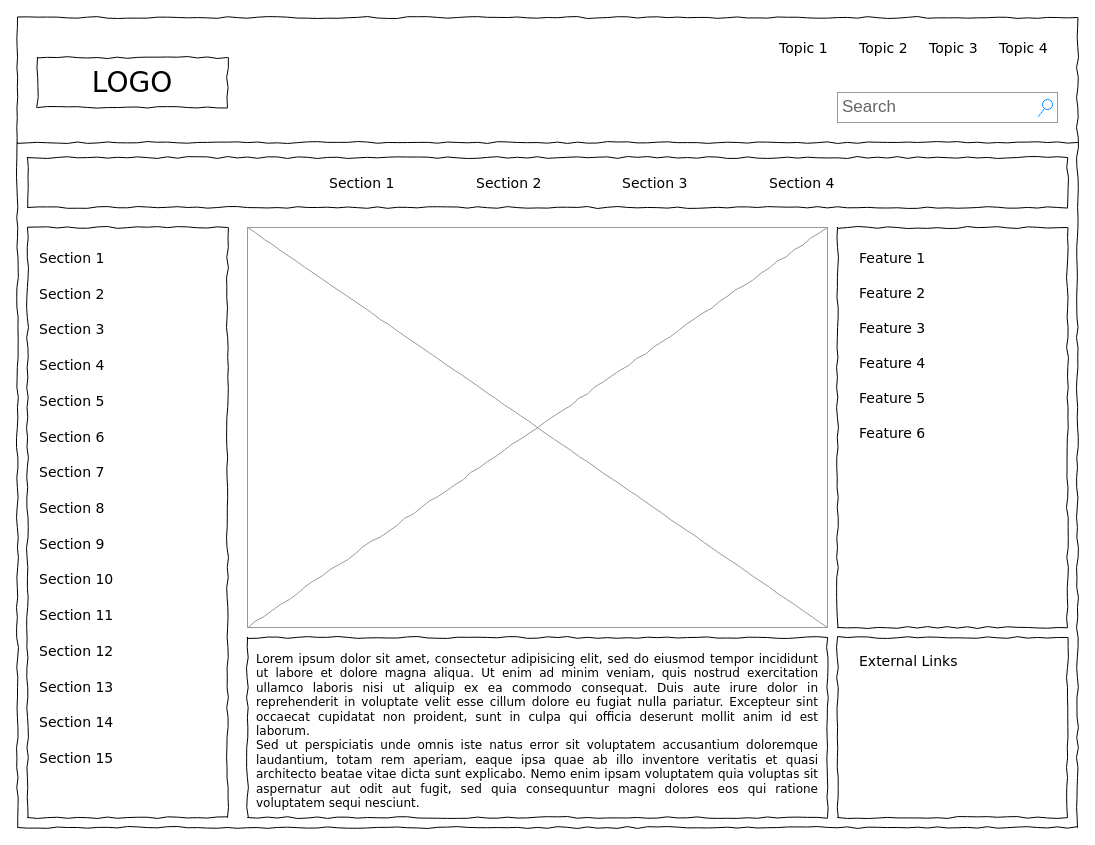
Above: src/Untitled Diagram.drawio in danielmascena/lc-1207-ngapp (draw.io), before the change. Source tidied: cells renumbered, new cells numbered last; positions are measured from the earlier drawing's top-left corner, leaving out a move shared by most shapes. Both pictures are drawn from the tidied source at 100%, with x=0, y=0 at pixel (17, 17).
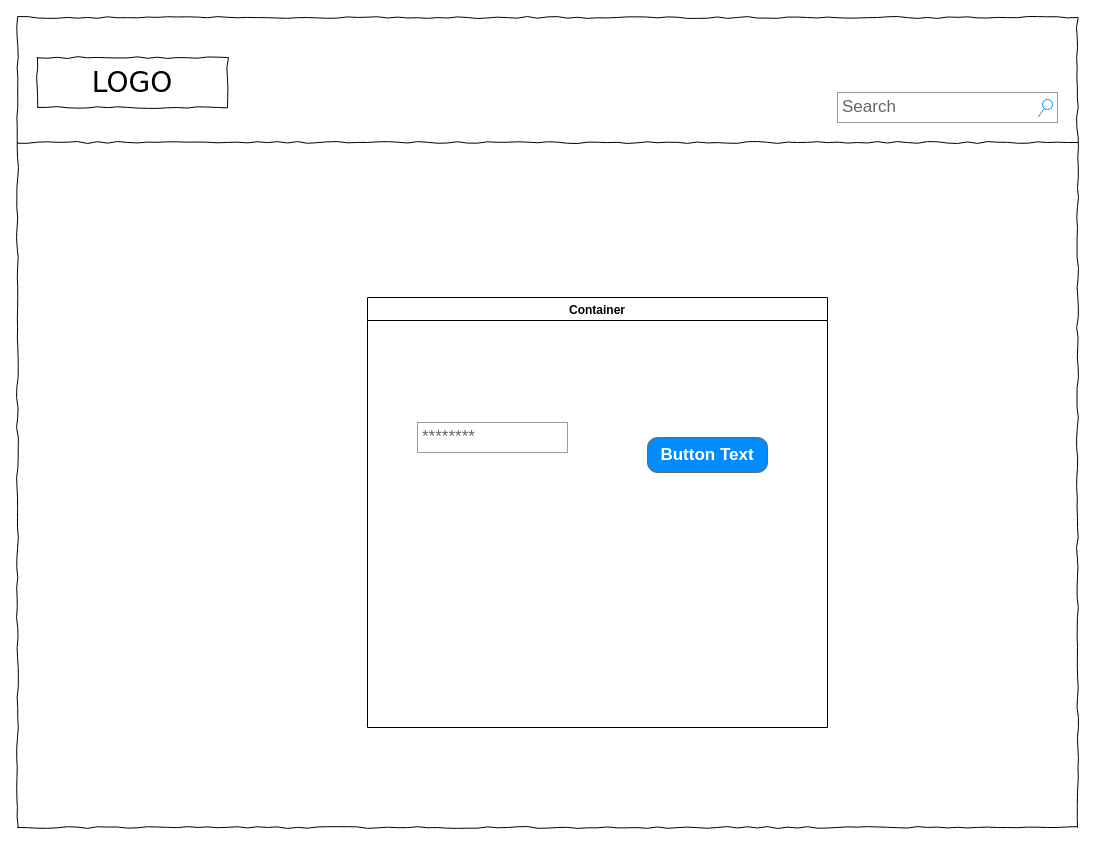
After the change.

The edit, as a diff of the source:
```diff
@@
-    <mxCell id="5" value="Topic 1" style="text;html=1;align=left;verticalAlign=top;spacingTop=-4;fontSize=14;fontFamily=Verdana;" parent="1" vertex="1">
-      <mxGeometry x="760" y="20" width="60" height="20" as="geometry" />
-    </mxCell>
-    <mxCell id="6" value="Topic 2" style="text;html=1;align=left;verticalAlign=top;spacingTop=-4;fontSize=14;fontFamily=Verdana;" parent="1" vertex="1">
-      <mxGeometry x="840" y="20" width="60" height="20" as="geometry" />
-    </mxCell>
-    <mxCell id="7" value="Topic 3" style="text;html=1;align=left;verticalAlign=top;spacingTop=-4;fontSize=14;fontFamily=Verdana;" parent="1" vertex="1">
-      <mxGeometry x="910" y="20" width="60" height="20" as="geometry" />
-    </mxCell>
-    <mxCell id="8" value="Topic 4" style="text;html=1;align=left;verticalAlign=top;spacingTop=-4;fontSize=14;fontFamily=Verdana;" parent="1" vertex="1">
-      <mxGeometry x="980" y="20" width="60" height="20" as="geometry" />
-    </mxCell>
-    <mxCell id="9" style="whiteSpace=wrap;html=1;rounded=0;shadow=0;labelBackgroundColor=none;strokeWidth=1;fillColor=none;fontFamily=Verdana;fontSize=12;align=center;comic=1;" parent="1" vertex="1">
-      <mxGeometry x="10" y="210" width="200" height="590" as="geometry" />
-    </mxCell>
@@
-    <mxCell id="11" style="whiteSpace=wrap;html=1;rounded=0;shadow=0;labelBackgroundColor=none;strokeWidth=1;fillColor=none;fontFamily=Verdana;fontSize=12;align=center;comic=1;" parent="1" vertex="1">
-      <mxGeometry x="10" y="140" width="1040" height="50" as="geometry" />
-    </mxCell>
-    <mxCell id="12" value="Section 1" style="text;html=1;align=left;verticalAlign=top;spacingTop=-4;fontSize=14;fontFamily=Verdana;" parent="1" vertex="1">
-      <mxGeometry x="310" y="155" width="60" height="20" as="geometry" />
-    </mxCell>
-    <mxCell id="13" value="Section 2" style="text;html=1;align=left;verticalAlign=top;spacingTop=-4;fontSize=14;fontFamily=Verdana;" parent="1" vertex="1">
-      <mxGeometry x="457" y="155" width="60" height="20" as="geometry" />
-    </mxCell>
-    <mxCell id="14" value="Section 3" style="text;html=1;align=left;verticalAlign=top;spacingTop=-4;fontSize=14;fontFamily=Verdana;" parent="1" vertex="1">
-      <mxGeometry x="603" y="155" width="60" height="20" as="geometry" />
-    </mxCell>
-    <mxCell id="15" value="Section 4" style="text;html=1;align=left;verticalAlign=top;spacingTop=-4;fontSize=14;fontFamily=Verdana;" parent="1" vertex="1">
-      <mxGeometry x="750" y="155" width="60" height="20" as="geometry" />
-    </mxCell>
-    <mxCell id="16" value="&lt;div style=&quot;text-align: justify&quot;&gt;&lt;span&gt;Lorem ipsum dolor sit amet, consectetur adipisicing elit, sed do eiusmod tempor incididunt ut labore et dolore magna aliqua. Ut enim ad minim veniam, quis nostrud exercitation ullamco laboris nisi ut aliquip ex ea commodo consequat. Duis aute irure dolor in reprehenderit in voluptate velit esse cillum dolore eu fugiat nulla pariatur. Excepteur sint occaecat cupidatat non proident, sunt in culpa qui officia deserunt mollit anim id est laborum.&lt;/span&gt;&lt;/div&gt;&lt;div style=&quot;text-align: justify&quot;&gt;&lt;span&gt;Sed ut perspiciatis unde omnis iste natus error sit voluptatem accusantium doloremque laudantium, totam rem aperiam, eaque ipsa quae ab illo inventore veritatis et quasi architecto beatae vitae dicta sunt explicabo. Nemo enim ipsam voluptatem quia voluptas sit aspernatur aut odit aut fugit, sed quia consequuntur magni dolores eos qui ratione voluptatem sequi nesciunt.&amp;nbsp;&lt;/span&gt;&lt;/div&gt;" style="whiteSpace=wrap;html=1;rounded=0;shadow=0;labelBackgroundColor=none;strokeWidth=1;fillColor=none;fontFamily=Verdana;fontSize=12;align=center;verticalAlign=top;spacing=10;comic=1;" parent="1" vertex="1">
-      <mxGeometry x="230" y="620" width="580" height="180" as="geometry" />
-    </mxCell>
-    <mxCell id="17" style="verticalLabelPosition=bottom;shadow=0;dashed=0;align=center;html=1;verticalAlign=top;strokeWidth=1;shape=mxgraph.mockup.graphics.simpleIcon;strokeColor=#999999;rounded=0;labelBackgroundColor=none;fontFamily=Verdana;fontSize=14;fontColor=#000000;comic=1;" parent="1" vertex="1">
-      <mxGeometry x="230" y="210" width="580" height="400" as="geometry" />
-    </mxCell>
-    <mxCell id="18" style="whiteSpace=wrap;html=1;rounded=0;shadow=0;labelBackgroundColor=none;strokeWidth=1;fillColor=none;fontFamily=Verdana;fontSize=12;align=center;comic=1;" parent="1" vertex="1">
-      <mxGeometry x="820" y="210" width="230" height="400" as="geometry" />
-    </mxCell>
-    <mxCell id="19" style="whiteSpace=wrap;html=1;rounded=0;shadow=0;labelBackgroundColor=none;strokeWidth=1;fillColor=none;fontFamily=Verdana;fontSize=12;align=center;comic=1;" parent="1" vertex="1">
-      <mxGeometry x="820" y="620" width="230" height="180" as="geometry" />
-    </mxCell>
-    <mxCell id="20" value="Section 1" style="text;html=1;align=left;verticalAlign=top;spacingTop=-4;fontSize=14;fontFamily=Verdana;" parent="1" vertex="1">
-      <mxGeometry x="20" y="230" width="170" height="20" as="geometry" />
-    </mxCell>
-    <mxCell id="21" value="Section 2" style="text;html=1;align=left;verticalAlign=top;spacingTop=-4;fontSize=14;fontFamily=Verdana;" parent="1" vertex="1">
-      <mxGeometry x="20" y="266" width="170" height="20" as="geometry" />
-    </mxCell>
-    <mxCell id="22" value="Section 3" style="text;html=1;align=left;verticalAlign=top;spacingTop=-4;fontSize=14;fontFamily=Verdana;" parent="1" vertex="1">
-      <mxGeometry x="20" y="301" width="170" height="20" as="geometry" />
-    </mxCell>
-    <mxCell id="23" value="Section 4" style="text;html=1;align=left;verticalAlign=top;spacingTop=-4;fontSize=14;fontFamily=Verdana;" parent="1" vertex="1">
-      <mxGeometry x="20" y="337" width="170" height="20" as="geometry" />
-    </mxCell>
-    <mxCell id="24" value="Section 7" style="text;html=1;align=left;verticalAlign=top;spacingTop=-4;fontSize=14;fontFamily=Verdana;" parent="1" vertex="1">
-      <mxGeometry x="20" y="444" width="170" height="20" as="geometry" />
-    </mxCell>
-    <mxCell id="25" value="Section 8" style="text;html=1;align=left;verticalAlign=top;spacingTop=-4;fontSize=14;fontFamily=Verdana;" parent="1" vertex="1">
-      <mxGeometry x="20" y="480" width="170" height="20" as="geometry" />
-    </mxCell>
-    <mxCell id="26" value="Section 9" style="text;html=1;align=left;verticalAlign=top;spacingTop=-4;fontSize=14;fontFamily=Verdana;" parent="1" vertex="1">
-      <mxGeometry x="20" y="516" width="170" height="20" as="geometry" />
-    </mxCell>
-    <mxCell id="27" value="Section 10" style="text;html=1;align=left;verticalAlign=top;spacingTop=-4;fontSize=14;fontFamily=Verdana;" parent="1" vertex="1">
-      <mxGeometry x="20" y="551" width="170" height="20" as="geometry" />
-    </mxCell>
-    <mxCell id="28" value="Section 11" style="text;html=1;align=left;verticalAlign=top;spacingTop=-4;fontSize=14;fontFamily=Verdana;" parent="1" vertex="1">
-      <mxGeometry x="20" y="587" width="170" height="20" as="geometry" />
-    </mxCell>
-    <mxCell id="29" value="Section 12" style="text;html=1;align=left;verticalAlign=top;spacingTop=-4;fontSize=14;fontFamily=Verdana;" parent="1" vertex="1">
-      <mxGeometry x="20" y="623" width="170" height="20" as="geometry" />
-    </mxCell>
-    <mxCell id="30" value="Section 13" style="text;html=1;align=left;verticalAlign=top;spacingTop=-4;fontSize=14;fontFamily=Verdana;" parent="1" vertex="1">
-      <mxGeometry x="20" y="659" width="170" height="20" as="geometry" />
-    </mxCell>
-    <mxCell id="31" value="Section 14" style="text;html=1;align=left;verticalAlign=top;spacingTop=-4;fontSize=14;fontFamily=Verdana;" parent="1" vertex="1">
-      <mxGeometry x="20" y="694" width="170" height="20" as="geometry" />
-    </mxCell>
-    <mxCell id="32" value="Section 5" style="text;html=1;align=left;verticalAlign=top;spacingTop=-4;fontSize=14;fontFamily=Verdana;" parent="1" vertex="1">
-      <mxGeometry x="20" y="373" width="170" height="20" as="geometry" />
-    </mxCell>
-    <mxCell id="33" value="Section 6" style="text;html=1;align=left;verticalAlign=top;spacingTop=-4;fontSize=14;fontFamily=Verdana;" parent="1" vertex="1">
-      <mxGeometry x="20" y="409" width="170" height="20" as="geometry" />
-    </mxCell>
-    <mxCell id="34" value="Section 15" style="text;html=1;align=left;verticalAlign=top;spacingTop=-4;fontSize=14;fontFamily=Verdana;" parent="1" vertex="1">
-      <mxGeometry x="20" y="730" width="170" height="20" as="geometry" />
-    </mxCell>
-    <mxCell id="35" value="External Links" style="text;html=1;align=left;verticalAlign=top;spacingTop=-4;fontSize=14;fontFamily=Verdana;" parent="1" vertex="1">
-      <mxGeometry x="840" y="633" width="170" height="20" as="geometry" />
-    </mxCell>
-    <mxCell id="36" value="Feature 1" style="text;html=1;align=left;verticalAlign=top;spacingTop=-4;fontSize=14;fontFamily=Verdana;" parent="1" vertex="1">
-      <mxGeometry x="840" y="230" width="170" height="20" as="geometry" />
-    </mxCell>
-    <mxCell id="37" value="Feature 2" style="text;html=1;align=left;verticalAlign=top;spacingTop=-4;fontSize=14;fontFamily=Verdana;" parent="1" vertex="1">
-      <mxGeometry x="840" y="265" width="170" height="20" as="geometry" />
-    </mxCell>
-    <mxCell id="38" value="Feature 3" style="text;html=1;align=left;verticalAlign=top;spacingTop=-4;fontSize=14;fontFamily=Verdana;" parent="1" vertex="1">
-      <mxGeometry x="840" y="300" width="170" height="20" as="geometry" />
-    </mxCell>
-    <mxCell id="39" value="Feature 4" style="text;html=1;align=left;verticalAlign=top;spacingTop=-4;fontSize=14;fontFamily=Verdana;" parent="1" vertex="1">
-      <mxGeometry x="840" y="335" width="170" height="20" as="geometry" />
-    </mxCell>
-    <mxCell id="40" value="Feature 5" style="text;html=1;align=left;verticalAlign=top;spacingTop=-4;fontSize=14;fontFamily=Verdana;" parent="1" vertex="1">
-      <mxGeometry x="840" y="370" width="170" height="20" as="geometry" />
-    </mxCell>
-    <mxCell id="41" value="Feature 6" style="text;html=1;align=left;verticalAlign=top;spacingTop=-4;fontSize=14;fontFamily=Verdana;" parent="1" vertex="1">
-      <mxGeometry x="840" y="405" width="170" height="20" as="geometry" />
-    </mxCell>
+    <mxCell id="42" value="Container" style="swimlane;" parent="1" vertex="1">
+      <mxGeometry x="350" y="280" width="460" height="430" as="geometry" />
+    </mxCell>
+    <mxCell id="43" value="********" style="strokeWidth=1;shadow=0;dashed=0;align=center;html=1;shape=mxgraph.mockup.forms.pwField;strokeColor=#999999;mainText=;align=left;fontColor=#666666;fontSize=17;spacingLeft=3;" parent="1" vertex="1">
+      <mxGeometry x="400" y="405" width="150" height="30" as="geometry" />
+    </mxCell>
+    <mxCell id="44" value="Button Text" style="strokeWidth=1;shadow=0;dashed=0;align=center;html=1;shape=mxgraph.mockup.buttons.button;strokeColor=#666666;fontColor=#ffffff;mainText=;buttonStyle=round;fontSize=17;fontStyle=1;fillColor=#008cff;whiteSpace=wrap;" parent="1" vertex="1">
+      <mxGeometry x="630" y="420" width="120" height="35" as="geometry" />
+    </mxCell>
```
